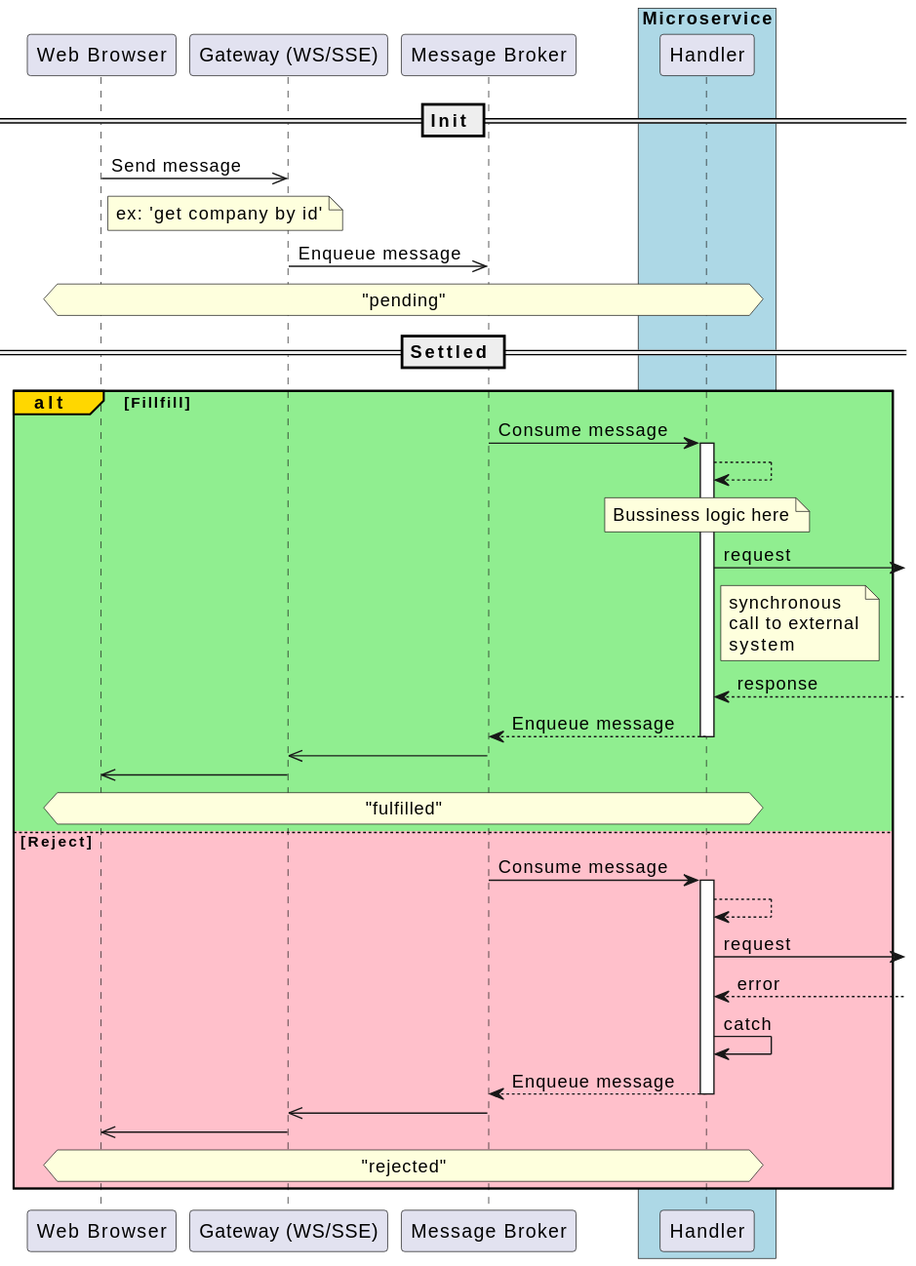
Before: solution-design/distributed-promise/distributed-promise.svg, a diagram exported from PlantUML (komanton/custodian).
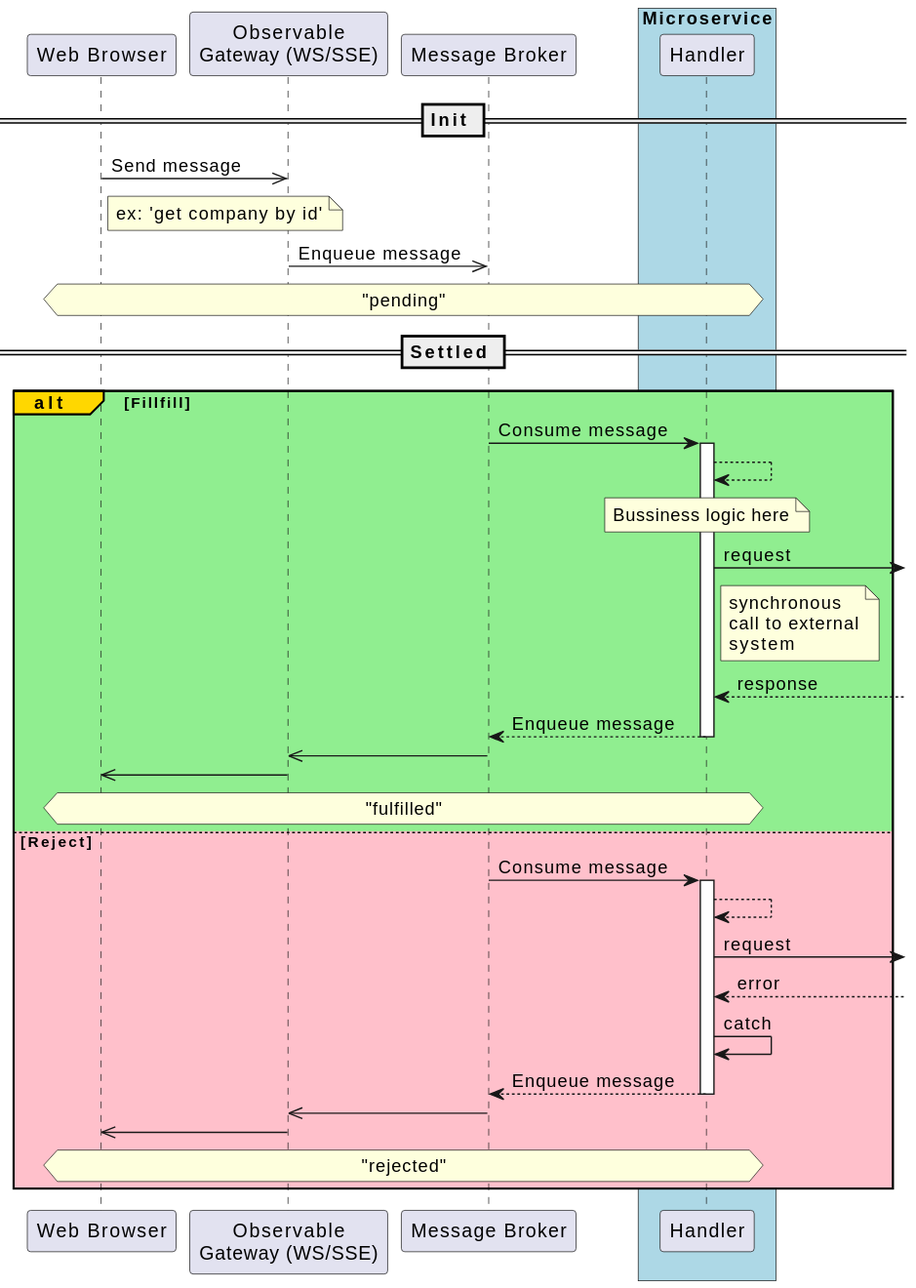
Later version of the same file.

Commit message:
Inroduce Observable Gateway

The edit, as a diff of the source:
```diff
@@ -1,6 +1,6 @@
 @startuml
 participant "Web Browser" as WebBrowser
-participant "Gateway (WS/SSE)" as Gateway
+participant "Observable\nGateway (WS/SSE)" as Gateway
 participant "Message Broker" as MessageBus
 box "Microservice" #LightBlue
 participant "Handler" as Handler
```
